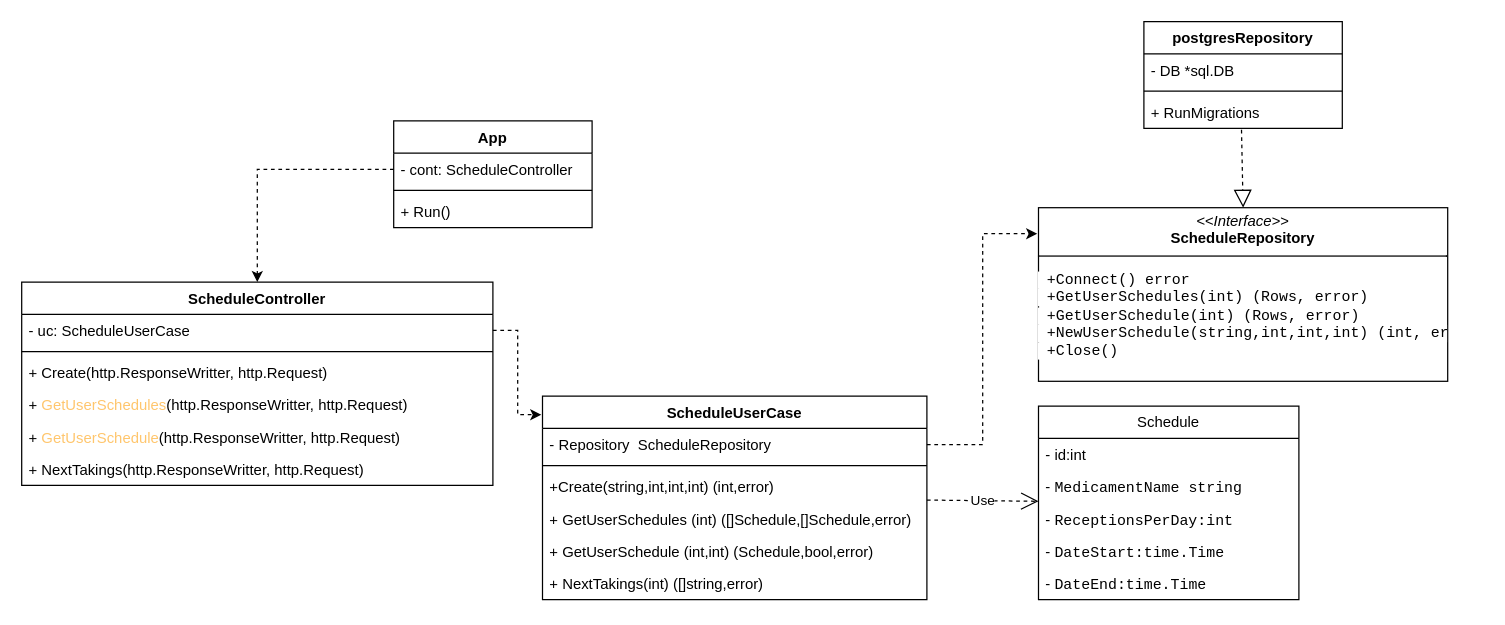
tummerk/golang keeps this draw.io diagram as schedules/diagrams/ClassDiagram.drawio. Above is the earlier version. Source tidied: cells renumbered, new cells numbered last; positions are measured from the earlier drawing's top-left corner, leaving out a move shared by most shapes. Both pictures are drawn from the tidied source at 124%, with x=0, y=0 at pixel (21, 21).
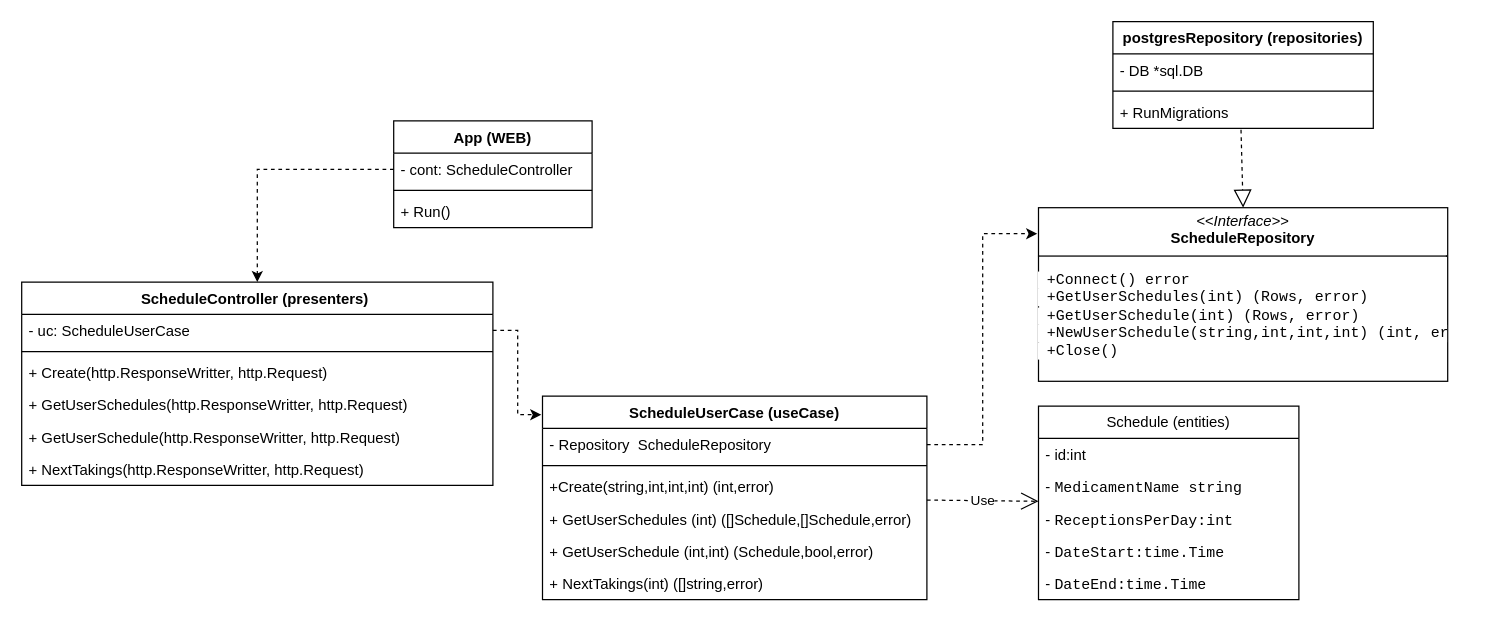
The same diagram, later.

Commit message (it also covers changes not shown here):
добавил уровни

Diff of the diagram source:
```diff
@@
-    <mxCell id="2" value="Schedule" style="swimlane;fontStyle=0;horizontal=1;startSize=26;fillColor=none;whiteSpace=wrap;html=1;" parent="1" vertex="1">
+    <mxCell id="2" value="Schedule (entities)" style="swimlane;fontStyle=0;horizontal=1;startSize=26;fillColor=none;whiteSpace=wrap;html=1;" parent="1" vertex="1">
       <mxGeometry x="820" y="310" width="210" height="156" as="geometry" />
     </mxCell>
@@
-    <mxCell id="9" value="ScheduleUserCase" style="swimlane;fontStyle=1;align=center;verticalAlign=top;horizontal=1;startSize=26;whiteSpace=wrap;html=1;" parent="1" vertex="1">
+    <mxCell id="9" value="ScheduleUserCase (useCase)" style="swimlane;fontStyle=1;align=center;verticalAlign=top;horizontal=1;startSize=26;whiteSpace=wrap;html=1;" parent="1" vertex="1">
       <mxGeometry x="420" y="302" width="310" height="164" as="geometry" />
     </mxCell>
@@
-    <mxCell id="19" value="postgresRepository" style="swimlane;fontStyle=1;align=center;verticalAlign=top;horizontal=1;startSize=26;whiteSpace=wrap;html=1;" parent="1" vertex="1">
-      <mxGeometry x="905" width="160" height="86" as="geometry" />
+    <mxCell id="19" value="postgresRepository (repositories)" style="swimlane;fontStyle=1;align=center;verticalAlign=top;horizontal=1;startSize=26;whiteSpace=wrap;html=1;" parent="1" vertex="1">
+      <mxGeometry x="880" width="210" height="86" as="geometry" />
     </mxCell>
     <mxCell id="20" value="- DB *sql.DB" style="text;strokeColor=none;fillColor=none;align=left;verticalAlign=top;spacingLeft=4;spacingRight=4;overflow=hidden;whiteSpace=wrap;html=1;" parent="19" vertex="1">
-      <mxGeometry y="26" width="160" height="26" as="geometry" />
+      <mxGeometry y="26" width="210" height="26" as="geometry" />
     </mxCell>
     <mxCell id="21" style="line;strokeWidth=1;fillColor=none;align=left;verticalAlign=middle;spacingTop=-1;spacingLeft=3;spacingRight=3;labelPosition=right;strokeColor=inherit;" parent="19" vertex="1">
-      <mxGeometry y="52" width="160" height="8" as="geometry" />
+      <mxGeometry y="52" width="210" height="8" as="geometry" />
     </mxCell>
     <mxCell id="22" value="+ RunMigrations" style="text;strokeColor=none;fillColor=none;align=left;verticalAlign=top;spacingLeft=4;spacingRight=4;overflow=hidden;points=[[0,0.5],[1,0.5]];portConstraint=eastwest;whiteSpace=wrap;html=1;" parent="19" vertex="1">
-      <mxGeometry y="60" width="160" height="26" as="geometry" />
+      <mxGeometry y="60" width="210" height="26" as="geometry" />
     </mxCell>
@@
-    <mxCell id="24" value="ScheduleController" style="swimlane;fontStyle=1;align=center;verticalAlign=top;horizontal=1;startSize=26;whiteSpace=wrap;html=1;" parent="1" vertex="1">
+    <mxCell id="24" value="ScheduleController (presenters)&amp;nbsp;" style="swimlane;fontStyle=1;align=center;verticalAlign=top;horizontal=1;startSize=26;whiteSpace=wrap;html=1;" parent="1" vertex="1">
       <mxGeometry y="210" width="380" height="164" as="geometry" />
     </mxCell>
@@
-    <mxCell id="28" value="+&amp;nbsp;&lt;font style=&quot;color: light-dark(rgb(255, 198, 109), rgb(255, 255, 255));&quot; face=&quot;Helvetica&quot;&gt;GetUserSchedules&lt;/font&gt;&lt;span style=&quot;background-color: transparent; color: light-dark(rgb(0, 0, 0), rgb(255, 255, 255));&quot;&gt;(http.ResponseWritter, http.Request)&lt;/span&gt;" style="text;strokeColor=none;fillColor=none;align=left;verticalAlign=top;spacingLeft=4;spacingRight=4;overflow=hidden;whiteSpace=wrap;html=1;" parent="24" vertex="1">
+    <mxCell id="28" value="&lt;font&gt;+&amp;nbsp;&lt;font style=&quot;&quot; face=&quot;Helvetica&quot;&gt;GetUserSchedules&lt;/font&gt;&lt;span style=&quot;background-color: transparent;&quot;&gt;(http.ResponseWritter, http.Request)&lt;/span&gt;&lt;/font&gt;" style="text;strokeColor=none;fillColor=none;align=left;verticalAlign=top;spacingLeft=4;spacingRight=4;overflow=hidden;whiteSpace=wrap;html=1;" parent="24" vertex="1">
       <mxGeometry y="86" width="380" height="26" as="geometry" />
     </mxCell>
-    <mxCell id="29" value="+&amp;nbsp;&lt;font style=&quot;color: light-dark(rgb(255, 198, 109), rgb(255, 255, 255));&quot; face=&quot;Helvetica&quot;&gt;GetUserSchedule&lt;/font&gt;&lt;span style=&quot;background-color: transparent; color: light-dark(rgb(0, 0, 0), rgb(255, 255, 255));&quot;&gt;(http.ResponseWritter, http.Request)&lt;/span&gt;" style="text;strokeColor=none;fillColor=none;align=left;verticalAlign=top;spacingLeft=4;spacingRight=4;overflow=hidden;whiteSpace=wrap;html=1;" parent="24" vertex="1">
+    <mxCell id="29" value="&lt;font style=&quot;color: rgb(0, 0, 0);&quot;&gt;+&amp;nbsp;&lt;font style=&quot;&quot; face=&quot;Helvetica&quot;&gt;GetUserSchedule&lt;/font&gt;&lt;span style=&quot;background-color: transparent;&quot;&gt;(http.ResponseWritter, http.Request)&lt;/span&gt;&lt;/font&gt;" style="text;strokeColor=none;fillColor=none;align=left;verticalAlign=top;spacingLeft=4;spacingRight=4;overflow=hidden;whiteSpace=wrap;html=1;" parent="24" vertex="1">
       <mxGeometry y="112" width="380" height="26" as="geometry" />
     </mxCell>
@@
-    <mxCell id="32" value="App" style="swimlane;fontStyle=1;align=center;verticalAlign=top;horizontal=1;startSize=26;whiteSpace=wrap;html=1;" parent="1" vertex="1">
+    <mxCell id="32" value="App (WEB)" style="swimlane;fontStyle=1;align=center;verticalAlign=top;horizontal=1;startSize=26;whiteSpace=wrap;html=1;" parent="1" vertex="1">
       <mxGeometry x="300" y="80" width="160" height="86" as="geometry" />
     </mxCell>
```
